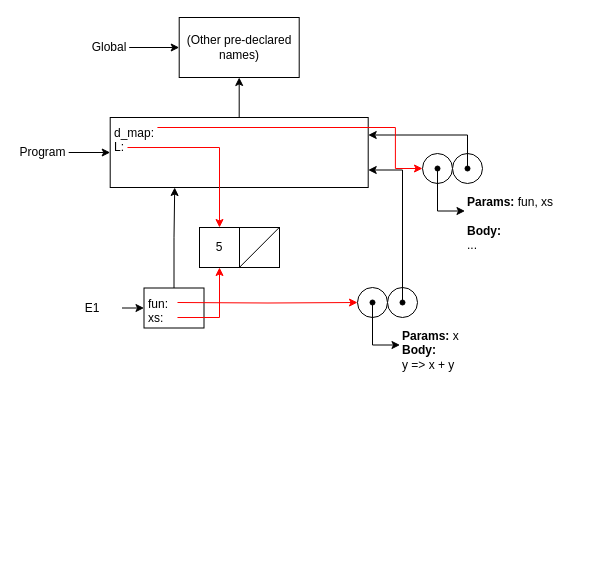
JingYenLoh/drawio keeps this draw.io diagram as page "Page-3" (3 of 3) of Environment model.drawio. Above is the earlier version. Source tidied: cells renumbered, new cells numbered last; positions are measured from the earlier drawing's top-left corner, leaving out a move shared by most shapes. Both pictures are drawn from the tidied source at 100%, with x=0, y=0 at pixel (17, 17).
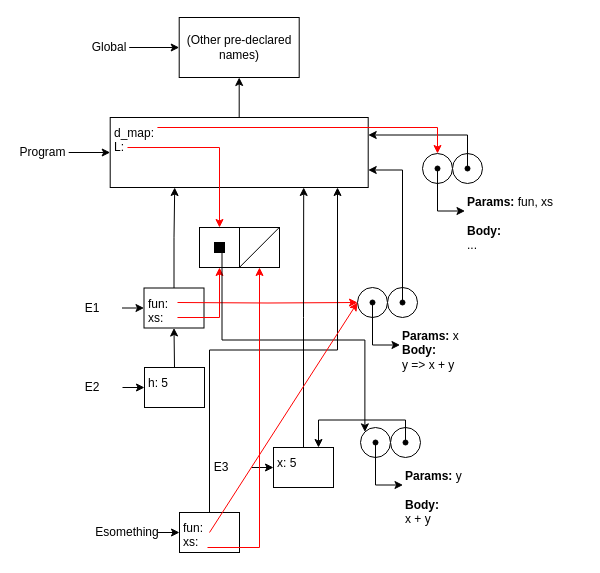
Above is the later version.

The change refers to these unchanged cells:
```xml
<mxCell id="7" value="&lt;div&gt;d_map:&lt;/div&gt;&lt;div&gt;L:&lt;br&gt;&lt;/div&gt;" style="rounded=0;whiteSpace=wrap;html=1;align=left;verticalAlign=top;spacingLeft=0;spacingTop=0;spacingBottom=0;spacingRight=0;spacing=4;" parent="6" vertex="1">
  <mxGeometry x="92" width="258" height="70" as="geometry" />
</mxCell>
<mxCell id="11" style="group;rounded=0;fillColor=none;align=center;html=1;verticalAlign=middle;strokeColor=#FF3333;" parent="1" vertex="1">
  <mxGeometry x="182" y="210" width="80" height="40" as="geometry" />
</mxCell>
<mxCell id="19" style="ellipse;whiteSpace=wrap;html=1;rounded=0;align=left;" parent="18" vertex="1">
  <mxGeometry width="30" height="30" as="geometry" />
</mxCell>
<mxCell id="31" style="ellipse;whiteSpace=wrap;html=1;rounded=0;align=left;" parent="30" vertex="1">
  <mxGeometry width="30" height="30" as="geometry" />
</mxCell>
<mxCell id="39" value="&lt;div&gt;fun:&lt;/div&gt;&lt;div&gt;xs:&lt;br&gt;&lt;/div&gt;" style="rounded=0;whiteSpace=wrap;html=1;align=left;verticalAlign=top;spacingLeft=0;spacingTop=0;spacingBottom=0;spacingRight=0;spacing=4;" parent="38" vertex="1">
  <mxGeometry x="82" width="60" height="40" as="geometry" />
</mxCell>
```

Change to the diagram source:
```diff
@@
-    <mxCell id="12" value="5" style="whiteSpace=wrap;html=1;rounded=0;align=center;verticalAlign=middle;" parent="11" vertex="1">
+    <mxCell id="12" style="whiteSpace=wrap;html=1;rounded=0;align=center;verticalAlign=middle;" parent="11" vertex="1">
       <mxGeometry width="40" height="40" as="geometry" />
     </mxCell>
@@
+    <mxCell id="44" style="whiteSpace=wrap;html=1;rounded=0;fillColor=#000000;align=left;strokeColor=#000000;" parent="11" vertex="1">
+      <mxGeometry x="15" y="15" width="10" height="10" as="geometry" />
+    </mxCell>
@@
-    <mxCell id="26" style="edgeStyle=orthogonalEdgeStyle;rounded=0;jettySize=auto;html=1;strokeColor=#FF0000;entryX=0;entryY=0.5;entryDx=0;entryDy=0;exitX=0.183;exitY=0.143;exitDx=0;exitDy=0;exitPerimeter=0;" parent="1" edge="1" source="7" target="19">
+    <mxCell id="26" style="edgeStyle=orthogonalEdgeStyle;rounded=0;jettySize=auto;html=1;strokeColor=#FF0000;entryX=0.5;entryY=0;entryDx=0;entryDy=0;exitX=0.183;exitY=0.143;exitDx=0;exitDy=0;exitPerimeter=0;" parent="1" edge="1" source="7" target="19">
       <mxGeometry relative="1" as="geometry" />
     </mxCell>
@@
     <mxCell id="28" style="group;strokeColor=none;" parent="1" vertex="1">
-      <mxGeometry x="340" y="250" width="160.5" height="145" as="geometry" />
+      <mxGeometry x="340" y="250" width="163.5" height="285" as="geometry" />
     </mxCell>
@@
+    <mxCell id="45" style="group;strokeColor=none;" parent="28" vertex="1">
+      <mxGeometry x="3" y="140" width="160.5" height="145" as="geometry" />
+    </mxCell>
+    <mxCell id="46" style="group;" parent="45" vertex="1">
+      <mxGeometry y="20" width="60" height="30" as="geometry" />
+    </mxCell>
+    <mxCell id="47" style="group;" parent="46" vertex="1">
+      <mxGeometry width="60" height="30" as="geometry" />
+    </mxCell>
+    <mxCell id="48" style="ellipse;whiteSpace=wrap;html=1;rounded=0;align=left;" parent="47" vertex="1">
+      <mxGeometry width="30" height="30" as="geometry" />
+    </mxCell>
+    <mxCell id="49" style="ellipse;whiteSpace=wrap;html=1;rounded=0;align=left;" parent="47" vertex="1">
+      <mxGeometry x="30" width="30" height="30" as="geometry" />
+    </mxCell>
+    <mxCell id="50" style="ellipse;whiteSpace=wrap;html=1;rounded=0;align=left;fillColor=#000000;" parent="47" vertex="1">
+      <mxGeometry x="42.5" y="12.5" width="5" height="5" as="geometry" />
+    </mxCell>
+    <mxCell id="51" style="ellipse;whiteSpace=wrap;html=1;rounded=0;align=left;fillColor=#000000;" parent="47" vertex="1">
+      <mxGeometry x="12.5" y="12.5" width="5" height="5" as="geometry" />
+    </mxCell>
+    <mxCell id="52" value="&lt;b&gt;Params: &lt;/b&gt;y&lt;br&gt;&lt;br&gt;&lt;b&gt;Body: &lt;/b&gt;&lt;br&gt;x + y" style="text;html=1;strokeColor=none;fillColor=none;align=left;verticalAlign=top;whiteSpace=wrap;rounded=0;" parent="45" vertex="1">
+      <mxGeometry x="42.5" y="55" width="118" height="90" as="geometry" />
+    </mxCell>
+    <mxCell id="53" style="edgeStyle=orthogonalEdgeStyle;rounded=0;jettySize=auto;html=1;exitX=0.5;exitY=1;exitDx=0;exitDy=0;entryX=0;entryY=0.25;entryDx=0;entryDy=0;" parent="45" edge="1" source="51" target="52">
+      <mxGeometry relative="1" as="geometry" />
+    </mxCell>
@@
+    <mxCell id="54" style="group;strokeColor=none;" parent="1" vertex="1">
+      <mxGeometry x="45" y="350" width="142" height="40" as="geometry" />
+    </mxCell>
+    <mxCell id="55" value="h: 5" style="rounded=0;whiteSpace=wrap;html=1;align=left;verticalAlign=top;spacingLeft=0;spacingTop=0;spacingBottom=0;spacingRight=0;spacing=4;" parent="54" vertex="1">
+      <mxGeometry x="82" width="60" height="40" as="geometry" />
+    </mxCell>
+    <mxCell id="56" style="edgeStyle=orthogonalEdgeStyle;rounded=0;jettySize=auto;html=1;exitX=1;exitY=0.5;exitDx=0;exitDy=0;entryX=0;entryY=0.5;entryDx=0;entryDy=0;" parent="54" edge="1" source="57" target="55">
+      <mxGeometry relative="1" as="geometry" />
+    </mxCell>
+    <mxCell id="57" value="E2" style="text;html=1;strokeColor=none;fillColor=none;align=center;verticalAlign=middle;whiteSpace=wrap;rounded=0;" parent="54" vertex="1">
+      <mxGeometry y="10" width="60" height="20" as="geometry" />
+    </mxCell>
+    <mxCell id="58" style="edgeStyle=orthogonalEdgeStyle;rounded=0;jettySize=auto;html=1;exitX=0.5;exitY=0;exitDx=0;exitDy=0;entryX=0.5;entryY=1;entryDx=0;entryDy=0;strokeColor=#000000;" parent="1" edge="1" source="55" target="39">
+      <mxGeometry relative="1" as="geometry" />
+    </mxCell>
+    <mxCell id="59" style="group;strokeColor=none;" parent="1" vertex="1">
+      <mxGeometry x="174" y="430" width="142" height="40" as="geometry" />
+    </mxCell>
+    <mxCell id="60" value="x: 5" style="rounded=0;whiteSpace=wrap;html=1;align=left;verticalAlign=top;spacingLeft=0;spacingTop=0;spacingBottom=0;spacingRight=0;spacing=4;" parent="59" vertex="1">
+      <mxGeometry x="82" width="60" height="40" as="geometry" />
+    </mxCell>
+    <mxCell id="61" style="edgeStyle=orthogonalEdgeStyle;rounded=0;jettySize=auto;html=1;exitX=1;exitY=0.5;exitDx=0;exitDy=0;entryX=0;entryY=0.5;entryDx=0;entryDy=0;" parent="59" edge="1" source="62" target="60">
+      <mxGeometry relative="1" as="geometry" />
+    </mxCell>
+    <mxCell id="62" value="E3" style="text;html=1;strokeColor=none;fillColor=none;align=center;verticalAlign=middle;whiteSpace=wrap;rounded=0;" parent="59" vertex="1">
+      <mxGeometry y="10" width="60" height="20" as="geometry" />
+    </mxCell>
+    <mxCell id="63" style="edgeStyle=orthogonalEdgeStyle;rounded=0;jettySize=auto;html=1;exitX=0.5;exitY=0;exitDx=0;exitDy=0;entryX=0.75;entryY=1;entryDx=0;entryDy=0;strokeColor=#000000;" parent="1" edge="1" source="60" target="7">
+      <mxGeometry relative="1" as="geometry" />
+    </mxCell>
+    <mxCell id="64" style="edgeStyle=orthogonalEdgeStyle;rounded=0;jettySize=auto;html=1;exitX=0.5;exitY=0;exitDx=0;exitDy=0;entryX=0.75;entryY=0;entryDx=0;entryDy=0;" parent="1" edge="1" source="50" target="60">
+      <mxGeometry relative="1" as="geometry" />
+    </mxCell>
+    <mxCell id="65" style="edgeStyle=orthogonalEdgeStyle;rounded=0;jettySize=auto;html=1;exitX=0.75;exitY=1;exitDx=0;exitDy=0;entryX=0;entryY=0;entryDx=0;entryDy=0;strokeColor=#000000;" parent="1" edge="1" source="44" target="48">
+      <mxGeometry relative="1" as="geometry" />
+    </mxCell>
+    <mxCell id="66" style="group;strokeColor=none;" parent="1" vertex="1">
+      <mxGeometry x="80" y="495" width="142" height="40" as="geometry" />
+    </mxCell>
+    <mxCell id="67" value="&lt;div&gt;fun:&lt;/div&gt;&lt;div&gt;xs:&lt;br&gt;&lt;/div&gt;" style="rounded=0;whiteSpace=wrap;html=1;align=left;verticalAlign=top;spacingLeft=0;spacingTop=0;spacingBottom=0;spacingRight=0;spacing=4;" parent="66" vertex="1">
+      <mxGeometry x="82" width="60" height="40" as="geometry" />
+    </mxCell>
+    <mxCell id="68" style="edgeStyle=orthogonalEdgeStyle;rounded=0;jettySize=auto;html=1;exitX=1;exitY=0.5;exitDx=0;exitDy=0;entryX=0;entryY=0.5;entryDx=0;entryDy=0;" parent="66" edge="1" source="69" target="67">
+      <mxGeometry relative="1" as="geometry" />
+    </mxCell>
+    <mxCell id="69" value="Esomething" style="text;html=1;strokeColor=none;fillColor=none;align=center;verticalAlign=middle;whiteSpace=wrap;rounded=0;" parent="66" vertex="1">
+      <mxGeometry y="10" width="60" height="20" as="geometry" />
+    </mxCell>
+    <mxCell id="70" style="edgeStyle=orthogonalEdgeStyle;rounded=0;jettySize=auto;html=1;exitX=0.5;exitY=0;exitDx=0;exitDy=0;entryX=0.881;entryY=1;entryDx=0;entryDy=0;entryPerimeter=0;strokeColor=#000000;" parent="1" edge="1" source="67" target="7">
+      <mxGeometry relative="1" as="geometry" />
+    </mxCell>
+    <mxCell id="71" style="endArrow=classic;html=1;strokeColor=#FF0000;entryX=0;entryY=0.5;entryDx=0;entryDy=0;exitX=0.5;exitY=0.5;exitDx=0;exitDy=0;exitPerimeter=0;" parent="1" edge="1" source="67" target="31">
+      <mxGeometry relative="1" as="geometry" />
+    </mxCell>
+    <mxCell id="72" style="edgeStyle=orthogonalEdgeStyle;rounded=0;orthogonalLoop=1;jettySize=auto;html=1;strokeColor=#FF0000;entryX=0.5;entryY=1;entryDx=0;entryDy=0;" parent="1" edge="1">
+      <mxGeometry relative="1" as="geometry">
+        <mxPoint x="190" y="530" as="sourcePoint" />
+        <mxPoint x="242" y="250" as="targetPoint" />
+        <Array as="points">
+          <mxPoint x="242" y="530" />
+        </Array>
+      </mxGeometry>
+    </mxCell>
```
